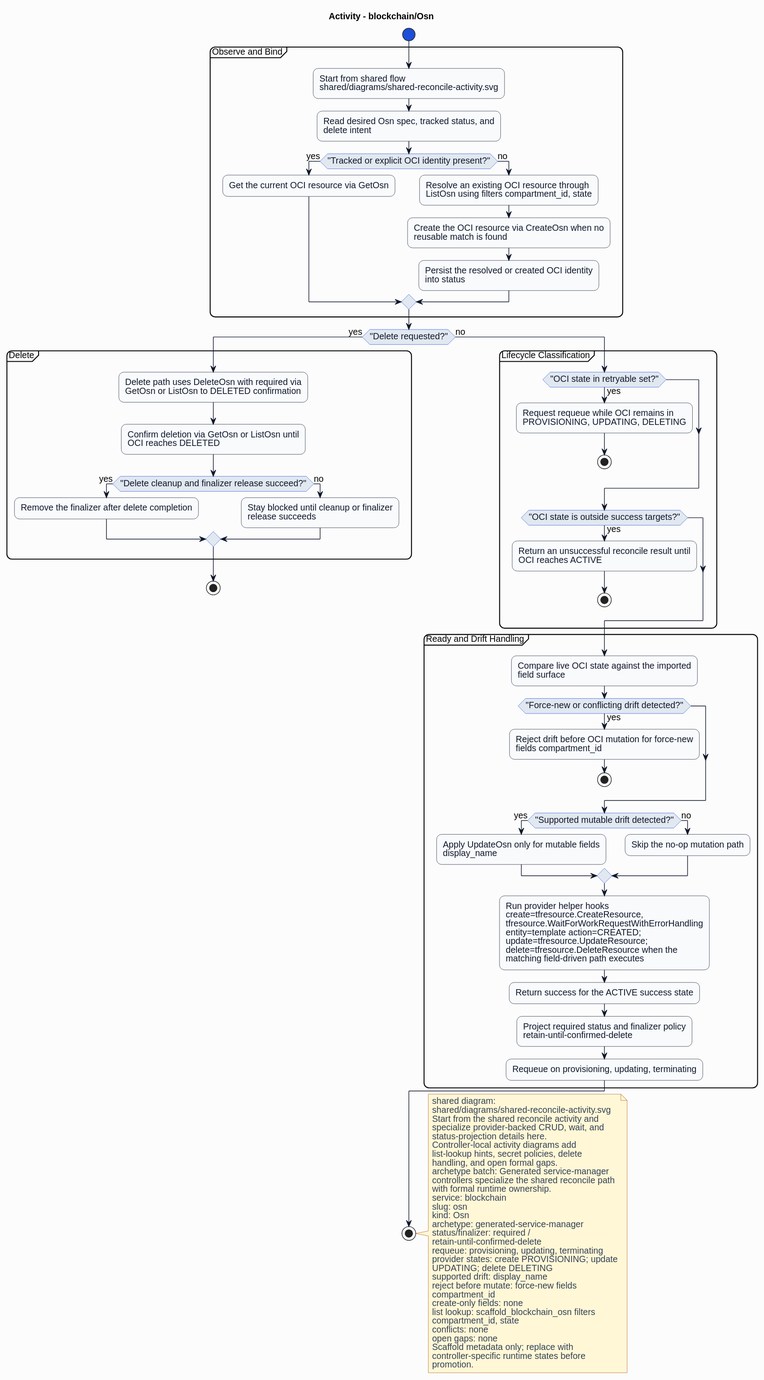
This is formal/controllers/blockchain/osn/diagrams/activity.svg from HaoyL666/oci-service-operator, a PlantUML export, as it was before one commit. Source of this version:
```plantuml
@startuml
skinparam shadowing false
skinparam backgroundColor #fcfcfd
skinparam defaultFontName Helvetica
skinparam defaultFontSize 14
skinparam arrowColor #0f172a
skinparam noteBackgroundColor #fff7d6
skinparam noteBorderColor #b45309
skinparam noteFontColor #334155
skinparam roundcorner 16
title Activity - blockchain/Osn
skinparam activity {
  backgroundColor #f8fafc
  borderColor #0f172a
  fontColor #0f172a
  diamondBackgroundColor #e2e8f0
  diamondBorderColor #1d4ed8
  diamondFontColor #0f172a
  startColor #1d4ed8
  endColor #0f172a
  barColor #1d4ed8
}
start
partition "Observe and Bind" {
:Start from shared flow\nshared/diagrams/shared-reconcile-activity.svg;
:Read desired Osn spec, tracked status, and\ndelete intent;
if ("Tracked or explicit OCI identity present?") then (yes)
:Get the current OCI resource via GetOsn;
else (no)
:Resolve an existing OCI resource through\nListOsn using filters compartment_id, state;
:Create the OCI resource via CreateOsn when no\nreusable match is found;
:Persist the resolved or created OCI identity\ninto status;
endif
}
if ("Delete requested?") then (yes)
partition "Delete" {
:Delete path uses DeleteOsn with required via\nGetOsn or ListOsn to DELETED confirmation;
:Confirm deletion via GetOsn or ListOsn until\nOCI reaches DELETED;
if ("Delete cleanup and finalizer release succeed?") then (yes)
:Remove the finalizer after delete completion;
else (no)
:Stay blocked until cleanup or finalizer\nrelease succeeds;
endif
}
stop
else (no)
partition "Lifecycle Classification" {
if ("OCI state in retryable set?") then (yes)
:Request requeue while OCI remains in\nPROVISIONING, UPDATING, DELETING;
stop
endif
if ("OCI state is outside success targets?") then (yes)
:Return an unsuccessful reconcile result until\nOCI reaches ACTIVE;
stop
endif
}
partition "Ready and Drift Handling" {
:Compare live OCI state against the imported\nfield surface;
if ("Force-new or conflicting drift detected?") then (yes)
:Reject drift before OCI mutation for force-new\nfields compartment_id;
stop
endif
if ("Supported mutable drift detected?") then (yes)
:Apply UpdateOsn only for mutable fields\ndisplay_name;
else (no)
:Skip the no-op mutation path;
endif
:Run provider helper hooks\ncreate=tfresource.CreateResource,\ntfresource.WaitForWorkRequestWithErrorHandling\nentity=template action=CREATED;\nupdate=tfresource.UpdateResource;\ndelete=tfresource.DeleteResource when the\nmatching field-driven path executes;
:Return success for the ACTIVE success state;
:Project required status and finalizer policy\nretain-until-confirmed-delete;
:Requeue on provisioning, updating, terminating;
}
endif
stop
note right
shared diagram:
shared/diagrams/shared-reconcile-activity.svg
Start from the shared reconcile activity and
specialize provider-backed CRUD, wait, and
status-projection details here.
Controller-local activity diagrams add
list-lookup hints, secret policies, delete
handling, and open formal gaps.
archetype batch: Generated service-manager
controllers specialize the shared reconcile path
with formal runtime ownership.
service: blockchain
slug: osn
kind: Osn
archetype: generated-service-manager
status/finalizer: required /
retain-until-confirmed-delete
requeue: provisioning, updating, terminating
provider states: create PROVISIONING; update
UPDATING; delete DELETING
supported drift: display_name
reject before mutate: force-new fields
compartment_id
create-only fields: none
list lookup: scaffold_blockchain_osn filters
compartment_id, state
conflicts: none
open gaps: none
Scaffold metadata only; replace with
controller-specific runtime states before
promotion.
end note
@enduml
```
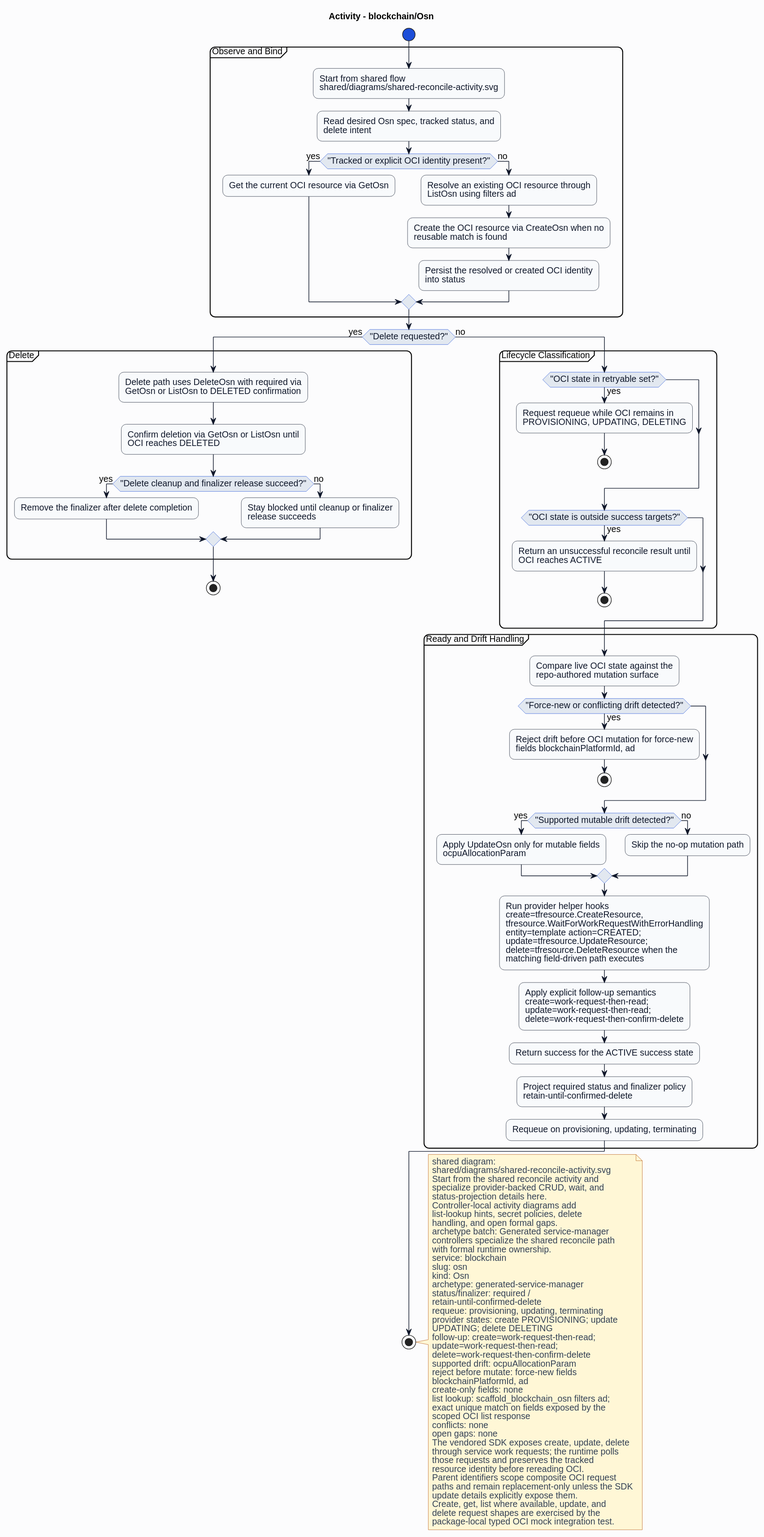
The same diagram one commit later.

What changed in the source:
```diff
@@ -27,7 +27,7 @@
 if ("Tracked or explicit OCI identity present?") then (yes)
 :Get the current OCI resource via GetOsn;
 else (no)
-:Resolve an existing OCI resource through\nListOsn using filters compartment_id, state;
+:Resolve an existing OCI resource through\nListOsn using filters ad;
 :Create the OCI resource via CreateOsn when no\nreusable match is found;
 :Persist the resolved or created OCI identity\ninto status;
 endif
@@ -55,17 +55,18 @@
 endif
 }
 partition "Ready and Drift Handling" {
-:Compare live OCI state against the imported\nfield surface;
+:Compare live OCI state against the\nrepo-authored mutation surface;
 if ("Force-new or conflicting drift detected?") then (yes)
-:Reject drift before OCI mutation for force-new\nfields compartment_id;
+:Reject drift before OCI mutation for force-new\nfields blockchainPlatformId, ad;
 stop
 endif
 if ("Supported mutable drift detected?") then (yes)
-:Apply UpdateOsn only for mutable fields\ndisplay_name;
+:Apply UpdateOsn only for mutable fields\nocpuAllocationParam;
 else (no)
 :Skip the no-op mutation path;
 endif
 :Run provider helper hooks\ncreate=tfresource.CreateResource,\ntfresource.WaitForWorkRequestWithErrorHandling\nentity=template action=CREATED;\nupdate=tfresource.UpdateResource;\ndelete=tfresource.DeleteResource when the\nmatching field-driven path executes;
+:Apply explicit follow-up semantics\ncreate=work-request-then-read;\nupdate=work-request-then-read;\ndelete=work-request-then-confirm-delete;
 :Return success for the ACTIVE success state;
 :Project required status and finalizer policy\nretain-until-confirmed-delete;
 :Requeue on provisioning, updating, terminating;
@@ -93,16 +94,27 @@
 requeue: provisioning, updating, terminating
 provider states: create PROVISIONING; update
 UPDATING; delete DELETING
-supported drift: display_name
+follow-up: create=work-request-then-read;
+update=work-request-then-read;
+delete=work-request-then-confirm-delete
+supported drift: ocpuAllocationParam
 reject before mutate: force-new fields
-compartment_id
+blockchainPlatformId, ad
 create-only fields: none
-list lookup: scaffold_blockchain_osn filters
-compartment_id, state
+list lookup: scaffold_blockchain_osn filters ad;
+exact unique match on fields exposed by the
+scoped OCI list response
 conflicts: none
 open gaps: none
-Scaffold metadata only; replace with
-controller-specific runtime states before
-promotion.
+The vendored SDK exposes create, update, delete
+through service work requests; the runtime polls
+those requests and preserves the tracked
+resource identity before rereading OCI.
+Parent identifiers scope composite OCI request
+paths and remain replacement-only unless the SDK
+update details explicitly expose them.
+Create, get, list where available, update, and
+delete request shapes are exercised by the
+package-local typed OCI mock integration test.
 end note
 @enduml
```
